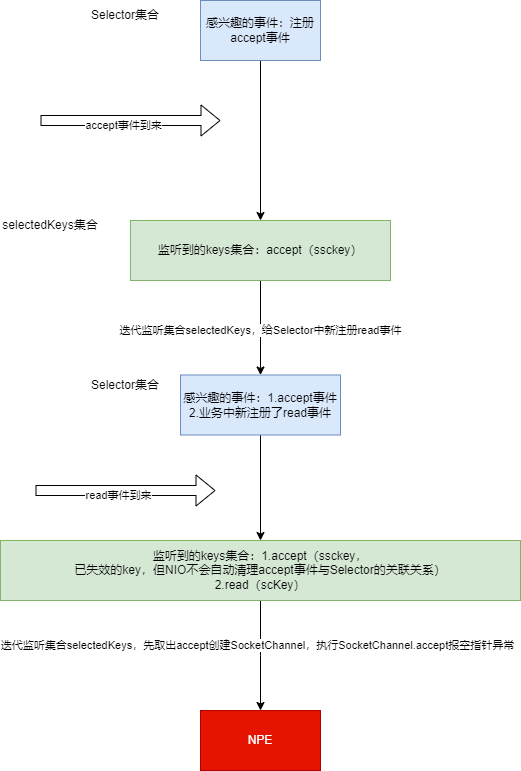
Earlier version of the draw.io export NIO处理accept事件.drawio.png (lyflexi/draw.io-online). Source tidied: cells renumbered, new cells last; positions are measured from the earlier drawing's top-left corner, leaving out a move shared by most shapes.
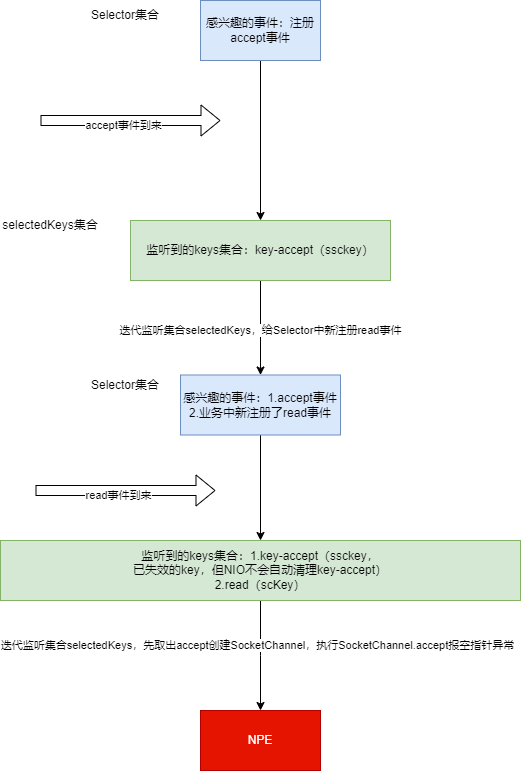
The same file after the commit.

Commit message:
更新NIO处理accept事件.drawio.png

Change to the diagram source:
```diff
@@ -17,7 +17,7 @@
     <mxCell id="6" value="迭代监听集合selectedKeys，给Selector中新注册read事件" style="edgeLabel;html=1;align=center;verticalAlign=middle;" parent="5" vertex="1">
       <mxGeometry x="0.04" y="-1" relative="1" as="geometry" />
     </mxCell>
-    <mxCell id="7" value="监听到的keys集合：accept（ssckey）" style="rounded=0;whiteSpace=wrap;html=1;fillColor=#d5e8d4;strokeColor=#82b366;" parent="1" vertex="1">
+    <mxCell id="7" value="监听到的keys集合：key-accept（ssckey）" style="rounded=0;whiteSpace=wrap;html=1;fillColor=#d5e8d4;strokeColor=#82b366;" parent="1" vertex="1">
       <mxGeometry x="130" y="220" width="260" height="60" as="geometry" />
     </mxCell>
     <mxCell id="8" value="selectedKeys集合" style="text;html=1;strokeColor=none;fillColor=none;align=center;verticalAlign=middle;whiteSpace=wrap;rounded=0;" parent="1" vertex="1">
@@ -31,7 +31,7 @@
     <mxCell id="10" value="迭代监听集合selectedKeys，先取出accept创建SocketChannel，执行SocketChannel.accept报空指针异常" style="edgeLabel;html=1;align=center;verticalAlign=middle;" parent="9" vertex="1">
       <mxGeometry x="-0.2" y="-4" relative="1" as="geometry" />
     </mxCell>
-    <mxCell id="11" value="监听到的keys集合：1.accept（ssckey，&lt;br&gt;已失效的key，但NIO不会自动清理accept事件与Selector的关联关系）&lt;br&gt;2.read（scKey）" style="rounded=0;whiteSpace=wrap;html=1;fillColor=#d5e8d4;strokeColor=#82b366;" parent="1" vertex="1">
+    <mxCell id="11" value="监听到的keys集合：1.key-accept（ssckey，&lt;br&gt;已失效的key，但NIO不会自动清理key-accept）&lt;br&gt;2.read（scKey）" style="rounded=0;whiteSpace=wrap;html=1;fillColor=#d5e8d4;strokeColor=#82b366;" parent="1" vertex="1">
       <mxGeometry y="540" width="520" height="60" as="geometry" />
     </mxCell>
     <mxCell id="12" style="shape=flexArrow;endArrow=classic;html=1;rounded=0;" parent="1" edge="1">
```
